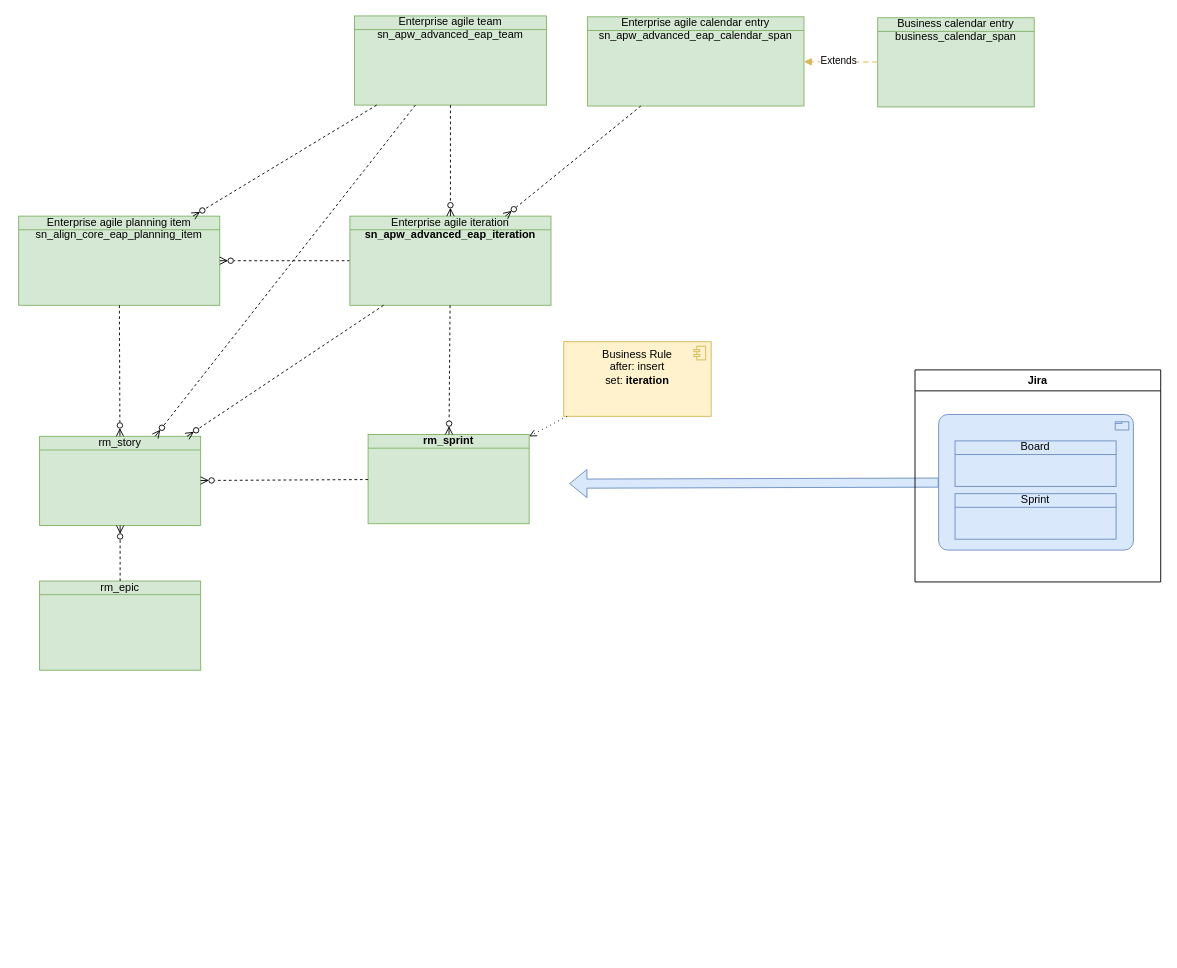
Earlier version of the draw.io diagram BoschEAP.drawio (algimas/tmp). Source tidied: cells renumbered, new cells numbered last; positions are measured from the earlier drawing's top-left corner, leaving out a move shared by most shapes. Both pictures are drawn from the tidied source at 91%, with x=0, y=0 at pixel (18, 15).
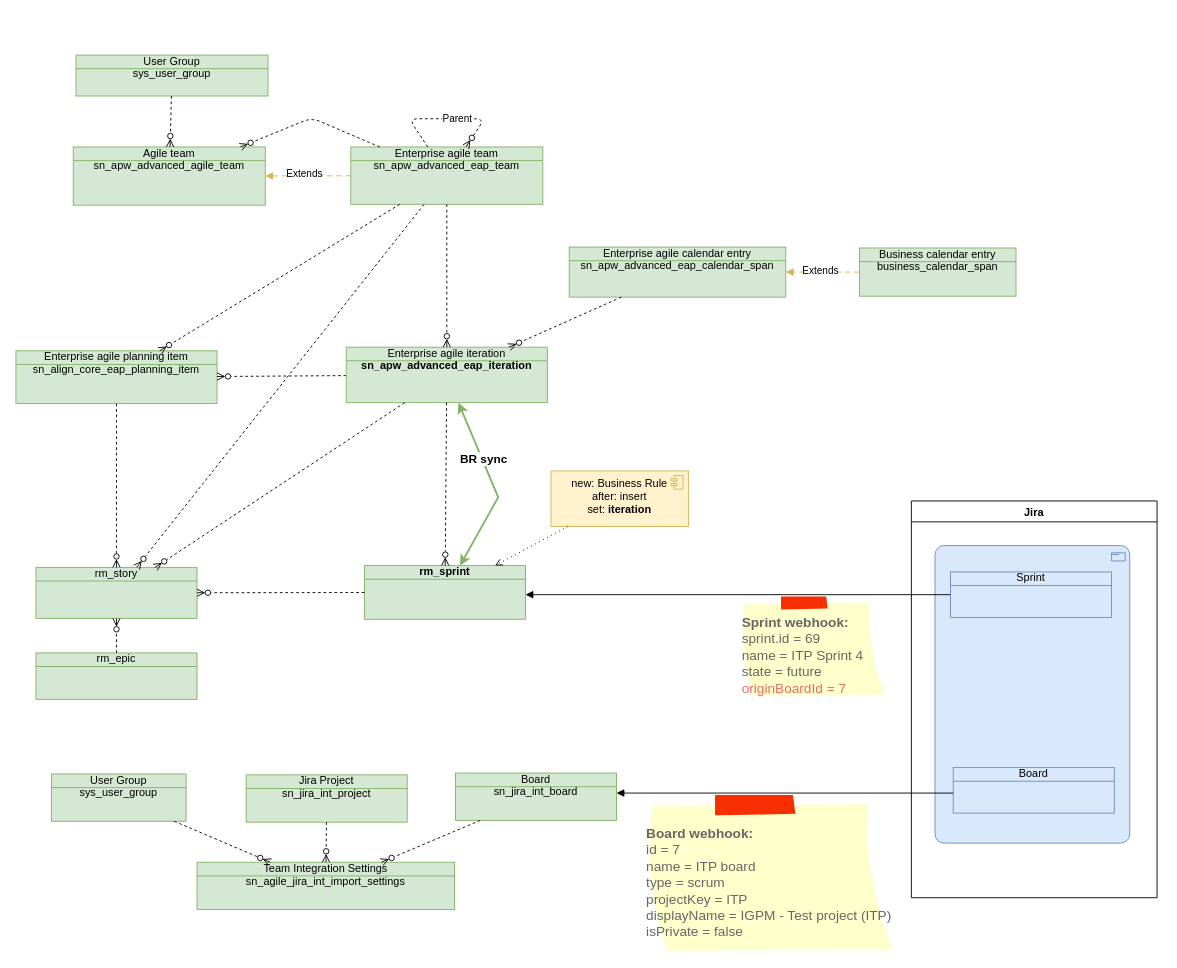
After the change.

What changed in the source:
```diff
@@
     <mxCell id="2" value="&lt;b&gt;rm_sprint&lt;/b&gt;" style="html=1;outlineConnect=0;whiteSpace=wrap;fillColor=#d5e8d4;shape=mxgraph.archimate3.businessObject;overflow=fill;strokeColor=#82b366;" parent="1" vertex="1">
-      <mxGeometry x="384" y="460" width="177" height="98" as="geometry" />
+      <mxGeometry x="380" y="604" width="177" height="59" as="geometry" />
     </mxCell>
     <mxCell id="3" value="Enterprise agile planning item sn_align_core_eap_planning_item" style="html=1;outlineConnect=0;whiteSpace=wrap;fillColor=#d5e8d4;shape=mxgraph.archimate3.businessObject;overflow=fill;strokeColor=#82b366;" parent="1" vertex="1">
-      <mxGeometry y="220" width="221" height="98" as="geometry" />
+      <mxGeometry x="-3" y="368" width="221" height="58" as="geometry" />
     </mxCell>
@@
     <mxCell id="5" value="rm_story" style="html=1;outlineConnect=0;whiteSpace=wrap;fillColor=#d5e8d4;shape=mxgraph.archimate3.businessObject;overflow=fill;strokeColor=#82b366;" parent="1" vertex="1">
-      <mxGeometry x="23" y="462" width="177" height="98" as="geometry" />
+      <mxGeometry x="19" y="606" width="177" height="56" as="geometry" />
     </mxCell>
     <mxCell id="6" value="Enterprise agile iteration &lt;b&gt;sn_apw_advanced_eap_iteration&lt;/b&gt;" style="html=1;outlineConnect=0;whiteSpace=wrap;fillColor=#d5e8d4;shape=mxgraph.archimate3.businessObject;overflow=fill;strokeColor=#82b366;" parent="1" vertex="1">
-      <mxGeometry x="364" y="220" width="221" height="98" as="geometry" />
+      <mxGeometry x="360" y="364" width="221" height="61" as="geometry" />
     </mxCell>
     <mxCell id="7" value="Enterprise agile team sn_apw_advanced_eap_team" style="html=1;outlineConnect=0;whiteSpace=wrap;fillColor=#d5e8d4;shape=mxgraph.archimate3.businessObject;overflow=fill;strokeColor=#82b366;" parent="1" vertex="1">
-      <mxGeometry x="369" width="211" height="98" as="geometry" />
+      <mxGeometry x="365" y="144" width="211" height="63" as="geometry" />
     </mxCell>
     <mxCell id="8" value="&lt;div&gt;Enterprise agile calendar entry&lt;/div&gt;sn_apw_advanced_eap_calendar_span" style="html=1;outlineConnect=0;whiteSpace=wrap;fillColor=#d5e8d4;shape=mxgraph.archimate3.businessObject;overflow=fill;strokeColor=#82b366;" parent="1" vertex="1">
-      <mxGeometry x="625" y="1" width="238" height="98" as="geometry" />
+      <mxGeometry x="605" y="254" width="238" height="55" as="geometry" />
     </mxCell>
     <mxCell id="9" value="&lt;div&gt;Business calendar entry&lt;/div&gt;business_calendar_span" style="html=1;outlineConnect=0;whiteSpace=wrap;fillColor=#d5e8d4;shape=mxgraph.archimate3.businessObject;overflow=fill;strokeColor=#82b366;" parent="1" vertex="1">
-      <mxGeometry x="944" y="2" width="172" height="98" as="geometry" />
+      <mxGeometry x="924" y="255" width="172" height="53" as="geometry" />
     </mxCell>
@@
     <mxCell id="18" value="rm_epic" style="html=1;outlineConnect=0;whiteSpace=wrap;fillColor=#d5e8d4;shape=mxgraph.archimate3.businessObject;overflow=fill;strokeColor=#82b366;" parent="1" vertex="1">
-      <mxGeometry x="23" y="621" width="177" height="98" as="geometry" />
+      <mxGeometry x="19" y="700" width="177" height="51" as="geometry" />
     </mxCell>
@@
-    <mxCell id="22" value="&lt;div&gt;Business Rule&lt;/div&gt;&lt;div&gt;after: insert&lt;/div&gt;&lt;div&gt;set: &lt;b&gt;iteration&lt;/b&gt;&lt;br&gt;&lt;/div&gt;" style="html=1;outlineConnect=0;whiteSpace=wrap;fillColor=#fff2cc;shape=mxgraph.archimate3.application;appType=comp;archiType=square;strokeColor=#d6b656;verticalAlign=top;" parent="1" vertex="1">
-      <mxGeometry x="599" y="358" width="162" height="82" as="geometry" />
+    <mxCell id="22" value="&lt;div&gt;new: Business Rule&lt;/div&gt;&lt;div&gt;after: insert&lt;/div&gt;&lt;div&gt;set: &lt;b&gt;iteration&lt;/b&gt;&lt;br&gt;&lt;/div&gt;" style="html=1;outlineConnect=0;whiteSpace=wrap;fillColor=#fff2cc;shape=mxgraph.archimate3.application;appType=comp;archiType=square;strokeColor=#d6b656;verticalAlign=top;" parent="1" vertex="1">
+      <mxGeometry x="585" y="500" width="151" height="61" as="geometry" />
     </mxCell>
@@
-    <mxCell id="24" style="shape=flexArrow;endArrow=classic;html=1;rounded=0;fillColor=#dae8fc;strokeColor=#6c8ebf;" parent="1" edge="1" source="26">
-      <mxGeometry relative="1" as="geometry">
-        <mxPoint x="605" y="514" as="targetPoint" />
-      </mxGeometry>
-    </mxCell>
     <mxCell id="25" value="Jira" style="swimlane;" parent="1" vertex="1">
-      <mxGeometry x="985" y="389" width="270" height="233" as="geometry" />
+      <mxGeometry x="981" y="533" width="270" height="436" as="geometry" />
     </mxCell>
     <mxCell id="26" style="html=1;outlineConnect=0;whiteSpace=wrap;fillColor=#dae8fc;shape=mxgraph.archimate3.application;appType=product;archiType=rounded;strokeColor=#6c8ebf;verticalAlign=top;fontStyle=0;" parent="25" vertex="1">
-      <mxGeometry x="26" y="49" width="214" height="149" as="geometry" />
+      <mxGeometry x="26" y="49" width="214" height="327" as="geometry" />
     </mxCell>
     <mxCell id="27" value="Board" style="html=1;outlineConnect=0;whiteSpace=wrap;fillColor=#dae8fc;shape=mxgraph.archimate3.businessObject;overflow=fill;strokeColor=#6c8ebf;" parent="25" vertex="1">
-      <mxGeometry x="44" y="78" width="177" height="50" as="geometry" />
+      <mxGeometry x="46" y="293" width="177" height="50" as="geometry" />
     </mxCell>
     <mxCell id="28" value="Sprint" style="html=1;outlineConnect=0;whiteSpace=wrap;fillColor=#dae8fc;shape=mxgraph.archimate3.businessObject;overflow=fill;strokeColor=#6c8ebf;" parent="25" vertex="1">
-      <mxGeometry x="44" y="136" width="177" height="50" as="geometry" />
+      <mxGeometry x="43" y="78" width="177" height="50" as="geometry" />
     </mxCell>
+    <mxCell id="29" value="Agile team sn_apw_advanced_agile_team" style="html=1;outlineConnect=0;whiteSpace=wrap;fillColor=#d5e8d4;shape=mxgraph.archimate3.businessObject;overflow=fill;strokeColor=#82b366;" parent="1" vertex="1">
+      <mxGeometry x="60" y="144" width="211" height="64" as="geometry" />
+    </mxCell>
+    <mxCell id="30" style="html=1;endArrow=block;dashed=1;elbow=vertical;endFill=1;dashPattern=6 4;rounded=0;fontSize=12;fillColor=#fff2cc;strokeColor=#d6b656;" parent="1" edge="1" source="7" target="29">
+      <mxGeometry relative="1" as="geometry" />
+    </mxCell>
+    <mxCell id="31" value="Extends" style="edgeLabel;html=1;align=center;verticalAlign=middle;" parent="30" vertex="1">
+      <mxGeometry x="0.08" y="-2" relative="1" as="geometry" />
+    </mxCell>
+    <mxCell id="32" value="User Group&lt;div&gt;sys_user_group&lt;/div&gt;" style="html=1;outlineConnect=0;whiteSpace=wrap;fillColor=#d5e8d4;shape=mxgraph.archimate3.businessObject;overflow=fill;strokeColor=#82b366;" parent="1" vertex="1">
+      <mxGeometry x="63" y="43" width="211" height="45" as="geometry" />
+    </mxCell>
+    <mxCell id="33" style="html=1;dashed=1;labelBackgroundColor=none;startArrow=none;endArrow=ERzeroToMany;fontFamily=Verdana;fontSize=12;align=left;startFill=0;endFill=0;" parent="1" edge="1" source="32" target="29">
+      <mxGeometry relative="1" as="geometry" />
+    </mxCell>
+    <mxCell id="34" style="html=1;dashed=1;labelBackgroundColor=none;startArrow=none;endArrow=ERzeroToMany;fontFamily=Verdana;fontSize=12;align=left;startFill=0;endFill=0;" parent="1" edge="1" source="7" target="29">
+      <mxGeometry relative="1" as="geometry">
+        <Array as="points">
+          <mxPoint x="322" y="112" />
+        </Array>
+      </mxGeometry>
+    </mxCell>
+    <mxCell id="35" style="html=1;dashed=1;labelBackgroundColor=none;startArrow=none;endArrow=ERzeroToMany;fontFamily=Verdana;fontSize=12;align=left;startFill=0;endFill=0;" parent="1" edge="1" source="7" target="7">
+      <mxGeometry relative="1" as="geometry">
+        <Array as="points">
+          <mxPoint x="512" y="113" />
+        </Array>
+      </mxGeometry>
+    </mxCell>
+    <mxCell id="36" value="Parent" style="edgeLabel;html=1;align=center;verticalAlign=middle;" parent="35" vertex="1">
+      <mxGeometry x="0.14" y="1" relative="1" as="geometry" />
+    </mxCell>
+    <mxCell id="37" value="&lt;div&gt;&lt;br&gt;&lt;/div&gt;&lt;div&gt;&lt;b&gt;Sprint webhook:&lt;/b&gt;&lt;/div&gt;&lt;div&gt;sprint.id =&amp;nbsp;&lt;span style=&quot;background-color: transparent; color: light-dark(rgb(102, 102, 102), rgb(149, 149, 149));&quot;&gt;69&lt;/span&gt;&lt;/div&gt;&lt;div&gt;name =&amp;nbsp;&lt;span style=&quot;background-color: transparent; color: light-dark(rgb(102, 102, 102), rgb(149, 149, 149));&quot;&gt;ITP Sprint 4&lt;/span&gt;&lt;/div&gt;&lt;div&gt;state =&amp;nbsp;&lt;span style=&quot;background-color: transparent; color: light-dark(rgb(102, 102, 102), rgb(149, 149, 149));&quot;&gt;future&lt;/span&gt;&lt;/div&gt;&lt;div&gt;&lt;span style=&quot;background-color: transparent;&quot;&gt;&lt;font style=&quot;color: rgb(234, 107, 102);&quot;&gt;originBoardId = 7&lt;/font&gt;&lt;/span&gt;&lt;/div&gt;" style="strokeWidth=1;shadow=0;dashed=0;align=left;html=1;shape=mxgraph.mockup.text.stickyNote2;fontColor=#666666;mainText=;fontSize=15;whiteSpace=wrap;fillColor=#ffffcc;strokeColor=#F62E00;" parent="1" vertex="1">
+      <mxGeometry x="793" y="638" width="160" height="110" as="geometry" />
+    </mxCell>
+    <mxCell id="38" style="edgeStyle=elbowEdgeStyle;html=1;endArrow=block;dashed=0;elbow=vertical;endFill=1;rounded=0;" parent="1" edge="1" source="28" target="2">
+      <mxGeometry relative="1" as="geometry" />
+    </mxCell>
+    <mxCell id="39" value="Board&lt;div&gt;sn_jira_int_board&lt;/div&gt;" style="html=1;outlineConnect=0;whiteSpace=wrap;fillColor=#d5e8d4;shape=mxgraph.archimate3.businessObject;overflow=fill;strokeColor=#82b366;" parent="1" vertex="1">
+      <mxGeometry x="480" y="832" width="177" height="52" as="geometry" />
+    </mxCell>
+    <mxCell id="40" style="edgeStyle=elbowEdgeStyle;html=1;endArrow=block;dashed=0;elbow=vertical;endFill=1;rounded=0;" parent="1" edge="1" source="27" target="39">
+      <mxGeometry relative="1" as="geometry" />
+    </mxCell>
+    <mxCell id="41" value="&lt;div&gt;&lt;br&gt;&lt;/div&gt;&lt;div&gt;&lt;b&gt;Board webhook:&lt;/b&gt;&lt;/div&gt;&lt;div&gt;&lt;div&gt;id = 7&lt;/div&gt;&lt;div&gt;name = ITP board&lt;/div&gt;&lt;div&gt;type = scrum&lt;/div&gt;&lt;div&gt;projectKey = ITP&lt;/div&gt;&lt;div&gt;displayName = IGPM - Test project (ITP)&lt;/div&gt;&lt;div&gt;isPrivate = false&lt;/div&gt;&lt;/div&gt;" style="strokeWidth=1;shadow=0;dashed=0;align=left;html=1;shape=mxgraph.mockup.text.stickyNote2;fontColor=#666666;mainText=;fontSize=15;whiteSpace=wrap;fillColor=#ffffcc;strokeColor=#F62E00;" parent="1" vertex="1">
+      <mxGeometry x="688" y="856" width="276" height="173" as="geometry" />
+    </mxCell>
+    <mxCell id="42" style="endArrow=classic;startArrow=classic;html=1;rounded=0;fillColor=#d5e8d4;strokeColor=#82b366;strokeWidth=2;fontSize=13;" parent="1" edge="1" source="2" target="6">
+      <mxGeometry relative="1" as="geometry">
+        <Array as="points">
+          <mxPoint x="527" y="529" />
+        </Array>
+      </mxGeometry>
+    </mxCell>
+    <mxCell id="43" value="BR sync" style="edgeLabel;html=1;align=center;verticalAlign=middle;fontSize=13;fontStyle=1;" parent="42" vertex="1">
+      <mxGeometry x="0.33" y="-1" relative="1" as="geometry" />
+    </mxCell>
+    <mxCell id="44" value="Jira Project&lt;div&gt;sn_jira_int_project&lt;/div&gt;" style="html=1;outlineConnect=0;whiteSpace=wrap;fillColor=#d5e8d4;shape=mxgraph.archimate3.businessObject;overflow=fill;strokeColor=#82b366;" parent="1" vertex="1">
+      <mxGeometry x="250" y="834" width="177" height="52" as="geometry" />
+    </mxCell>
+    <mxCell id="45" value="Team Integration Settings&lt;br&gt;&lt;div&gt;sn_agile_jira_int_import_settings&lt;/div&gt;" style="html=1;outlineConnect=0;whiteSpace=wrap;fillColor=#d5e8d4;shape=mxgraph.archimate3.businessObject;overflow=fill;strokeColor=#82b366;" parent="1" vertex="1">
+      <mxGeometry x="196" y="930" width="283" height="52" as="geometry" />
+    </mxCell>
+    <mxCell id="46" style="html=1;dashed=1;labelBackgroundColor=none;startArrow=none;endArrow=ERzeroToMany;fontFamily=Verdana;fontSize=12;align=left;startFill=0;endFill=0;" parent="1" edge="1" source="39" target="45">
+      <mxGeometry relative="1" as="geometry" />
+    </mxCell>
+    <mxCell id="47" style="html=1;dashed=1;labelBackgroundColor=none;startArrow=none;endArrow=ERzeroToMany;fontFamily=Verdana;fontSize=12;align=left;startFill=0;endFill=0;" parent="1" edge="1" source="44" target="45">
+      <mxGeometry relative="1" as="geometry" />
+    </mxCell>
+    <mxCell id="48" value="User Group&lt;div&gt;sys_user_group&lt;/div&gt;" style="html=1;outlineConnect=0;whiteSpace=wrap;fillColor=#d5e8d4;shape=mxgraph.archimate3.businessObject;overflow=fill;strokeColor=#82b366;" parent="1" vertex="1">
+      <mxGeometry x="36" y="833" width="148" height="52" as="geometry" />
+    </mxCell>
+    <mxCell id="49" style="html=1;dashed=1;labelBackgroundColor=none;startArrow=none;endArrow=ERzeroToMany;fontFamily=Verdana;fontSize=12;align=left;startFill=0;endFill=0;" parent="1" edge="1" source="48" target="45">
+      <mxGeometry relative="1" as="geometry" />
+    </mxCell>
```
